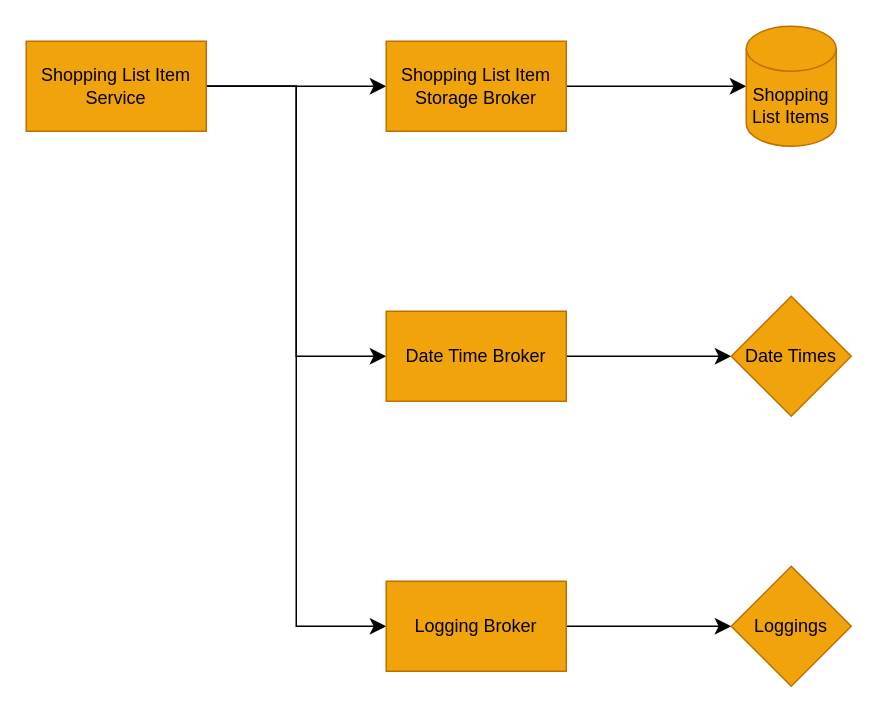
mohielamin/SLO.MobileApp keeps this draw.io diagram as docs/designs/SLO.MobileApp.Core.drawio. Above is the earlier version. Source tidied: cells renumbered, new cells numbered last; positions are measured from the earlier drawing's top-left corner, leaving out a move shared by most shapes. Both pictures are drawn from the tidied source at 150%, with x=0, y=0 at pixel (26, 26).
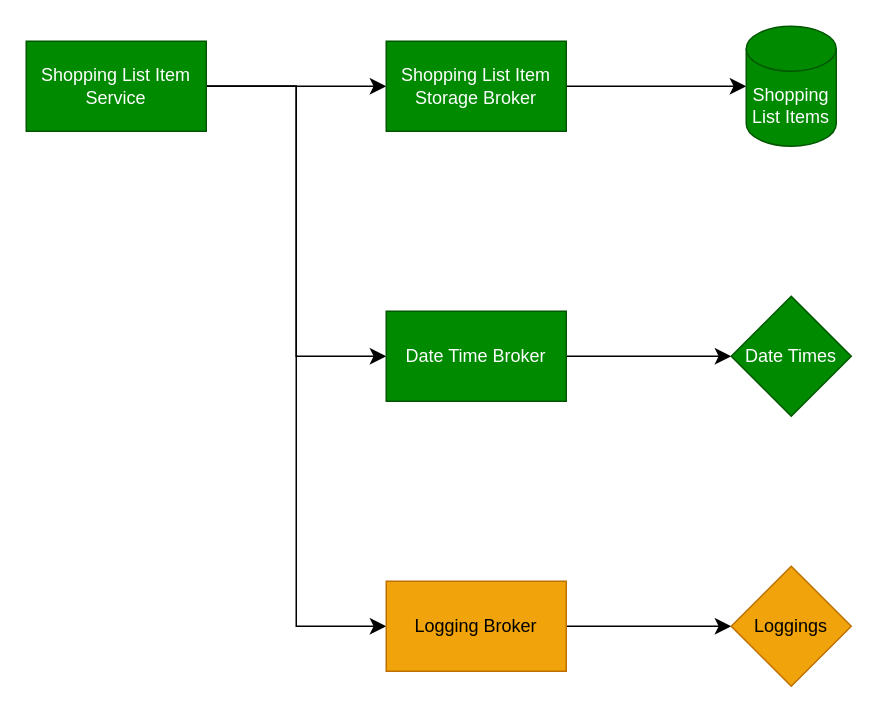
Above is the later version.

Commit message (it also covers changes not shown here):
DESIGNS: Update Design Documents

CLOSES #73
CLOSES #70

What changed in the source:
```diff
@@
 <mxGraphModel>
   <root>
     <mxCell id="0" />
     <mxCell id="1" parent="0" />
     <mxCell id="2" style="edgeStyle=orthogonalEdgeStyle;rounded=0;jettySize=auto;html=1;fontSize=12;startSize=8;endSize=8;" parent="1" edge="1" source="5" target="7">
       <mxGeometry relative="1" as="geometry" />
     </mxCell>
     <mxCell id="3" style="edgeStyle=orthogonalEdgeStyle;shape=connector;rounded=0;jettySize=auto;html=1;entryX=0;entryY=0.5;entryDx=0;entryDy=0;strokeColor=default;align=center;verticalAlign=middle;fontFamily=Helvetica;fontSize=12;fontColor=default;labelBackgroundColor=default;startSize=8;endArrow=classic;endSize=8;" parent="1" edge="1" source="5" target="10">
       <mxGeometry relative="1" as="geometry" />
     </mxCell>
     <mxCell id="4" style="edgeStyle=orthogonalEdgeStyle;shape=connector;rounded=0;jettySize=auto;html=1;entryX=0;entryY=0.5;entryDx=0;entryDy=0;strokeColor=default;align=center;verticalAlign=middle;fontFamily=Helvetica;fontSize=12;fontColor=default;labelBackgroundColor=default;startSize=8;endArrow=classic;endSize=8;" parent="1" edge="1" source="5" target="13">
       <mxGeometry relative="1" as="geometry" />
     </mxCell>
-    <mxCell id="5" value="Shopping List Item Service" style="rounded=0;whiteSpace=wrap;html=1;fillColor=#f0a30a;fontColor=#000000;strokeColor=#BD7000;" parent="1" vertex="1">
+    <mxCell id="5" value="Shopping List Item Service" style="rounded=0;whiteSpace=wrap;html=1;fillColor=#008a00;fontColor=#ffffff;strokeColor=#005700;" parent="1" vertex="1">
       <mxGeometry y="10" width="120" height="60" as="geometry" />
     </mxCell>
     <mxCell id="6" style="edgeStyle=orthogonalEdgeStyle;shape=connector;rounded=0;jettySize=auto;html=1;strokeColor=default;align=center;verticalAlign=middle;fontFamily=Helvetica;fontSize=12;fontColor=default;labelBackgroundColor=default;startSize=8;endArrow=classic;endSize=8;" parent="1" edge="1" source="7" target="8">
       <mxGeometry relative="1" as="geometry" />
     </mxCell>
-    <mxCell id="7" value="Shopping List Item Storage Broker" style="rounded=0;whiteSpace=wrap;html=1;fillColor=#f0a30a;fontColor=#000000;strokeColor=#BD7000;" parent="1" vertex="1">
+    <mxCell id="7" value="Shopping List Item Storage Broker" style="rounded=0;whiteSpace=wrap;html=1;fillColor=#008a00;fontColor=#ffffff;strokeColor=#005700;" parent="1" vertex="1">
       <mxGeometry x="240" y="10" width="120" height="60" as="geometry" />
     </mxCell>
-    <mxCell id="8" value="Shopping List Items" style="shape=cylinder3;whiteSpace=wrap;html=1;boundedLbl=1;backgroundOutline=1;size=15;fontFamily=Helvetica;fontSize=12;fontColor=default;labelBackgroundColor=none;fillColor=#f0a30a;strokeColor=#BD7000;" parent="1" vertex="1">
+    <mxCell id="8" value="Shopping List Items" style="shape=cylinder3;whiteSpace=wrap;html=1;boundedLbl=1;backgroundOutline=1;size=15;fontFamily=Helvetica;fontSize=12;fontColor=#ffffff;labelBackgroundColor=none;fillColor=#008a00;strokeColor=#005700;" parent="1" vertex="1">
       <mxGeometry x="480" width="60" height="80" as="geometry" />
     </mxCell>
     <mxCell id="9" style="edgeStyle=orthogonalEdgeStyle;shape=connector;rounded=0;jettySize=auto;html=1;strokeColor=default;align=center;verticalAlign=middle;fontFamily=Helvetica;fontSize=12;fontColor=default;labelBackgroundColor=default;startSize=8;endArrow=classic;endSize=8;" parent="1" edge="1" source="10" target="11">
       <mxGeometry relative="1" as="geometry" />
     </mxCell>
-    <mxCell id="10" value="Date Time Broker" style="rounded=0;whiteSpace=wrap;html=1;fillColor=#f0a30a;fontColor=#000000;strokeColor=#BD7000;" parent="1" vertex="1">
+    <mxCell id="10" value="Date Time Broker" style="rounded=0;whiteSpace=wrap;html=1;fillColor=#008a00;fontColor=#ffffff;strokeColor=#005700;" parent="1" vertex="1">
       <mxGeometry x="240" y="190" width="120" height="60" as="geometry" />
     </mxCell>
-    <mxCell id="11" value="Date Times" style="rhombus;whiteSpace=wrap;html=1;rounded=0;fillColor=#f0a30a;fontColor=#000000;strokeColor=#BD7000;" parent="1" vertex="1">
+    <mxCell id="11" value="Date Times" style="rhombus;whiteSpace=wrap;html=1;rounded=0;fillColor=#008a00;fontColor=#ffffff;strokeColor=#005700;" parent="1" vertex="1">
       <mxGeometry x="470" y="180" width="80" height="80" as="geometry" />
     </mxCell>
     <mxCell id="12" style="edgeStyle=orthogonalEdgeStyle;shape=connector;rounded=0;jettySize=auto;html=1;strokeColor=default;align=center;verticalAlign=middle;fontFamily=Helvetica;fontSize=12;fontColor=default;labelBackgroundColor=default;startSize=8;endArrow=classic;endSize=8;" parent="1" edge="1" source="13" target="14">
       <mxGeometry relative="1" as="geometry" />
     </mxCell>
     <mxCell id="13" value="Logging Broker" style="rounded=0;whiteSpace=wrap;html=1;fillColor=#f0a30a;fontColor=#000000;strokeColor=#BD7000;" parent="1" vertex="1">
       <mxGeometry x="240" y="370" width="120" height="60" as="geometry" />
     </mxCell>
     <mxCell id="14" value="Loggings" style="rhombus;whiteSpace=wrap;html=1;rounded=0;fillColor=#f0a30a;fontColor=#000000;strokeColor=#BD7000;" parent="1" vertex="1">
       <mxGeometry x="470" y="360" width="80" height="80" as="geometry" />
     </mxCell>
   </root>
 </mxGraphModel>
```
